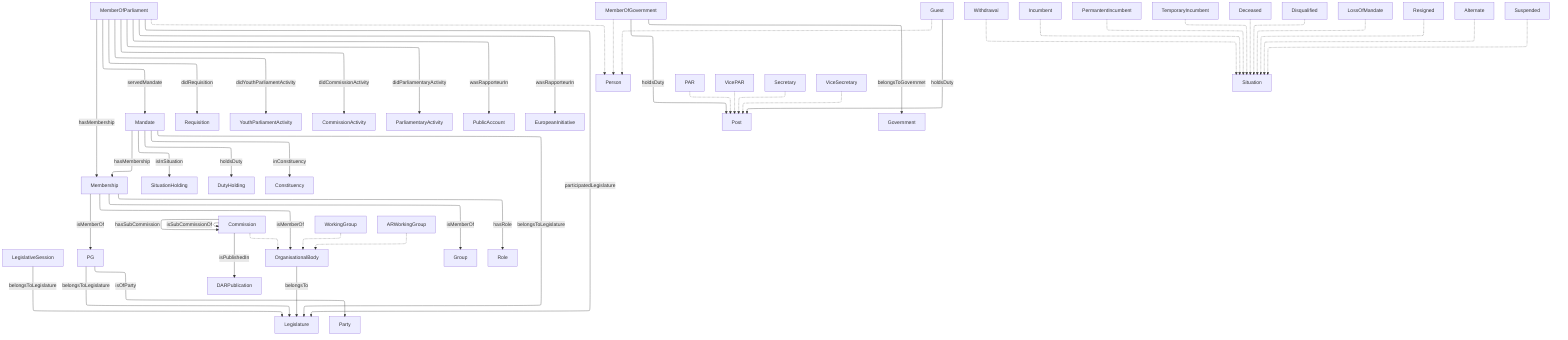
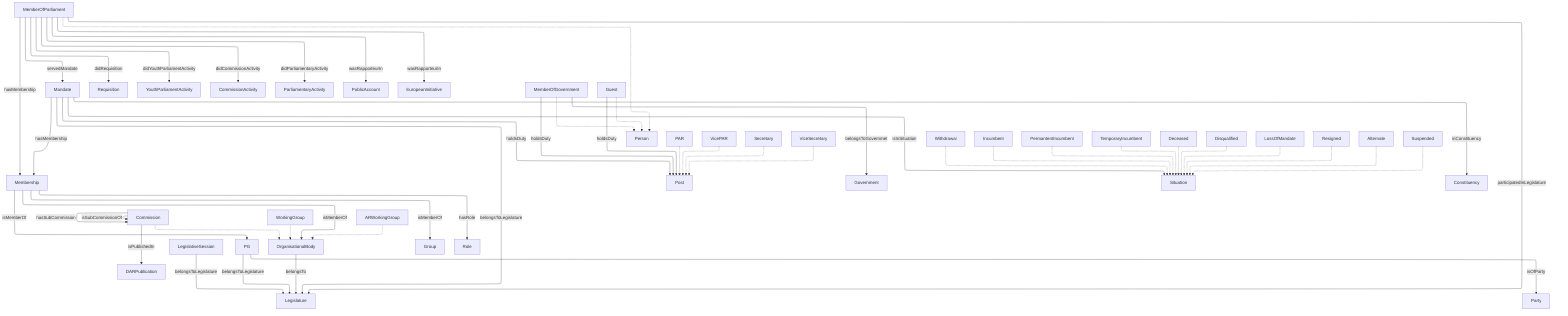
---
config:
  layout: elk
---
flowchart TB
    LS["LegislativeSession"] -- belongsToLegislature --> Leg["Legislature"]
    PG -- isOfParty --> Party
    PG -- belongsToLegislature --> Leg

    MP["MemberOfParliament"] -.-> Person
    MP -- servedMandate --> Mandate
-     MP -- participatedLegislature --> Leg
+     MP -- participatedInLegislature --> Leg
    MP -- didRequisition --> Requisition
    MP -- didYouthParliamentActivity --> YouthParliamentActivity
    MP -- hasMembership --> M["Membership"]
    MP -- didCommissionActivity --> CommissionActivity
    MP -- didParliamentaryActivity --> ParliamentaryActivity
    MP -- wasRapporteurIn --> PublicAccount & EuropeanInitiative


    M -- isMemberOf --> PG
    M -- isMemberOf --> OB["OrganisationalBody"]
    M -- isMemberOf --> Group
    M -- hasRole --> Role

    OB -- belongsTo --> Leg

    C[Commission] -.-> OB
    WG["WorkingGroup"] -.-> OB
    AR-WG["ARWorkingGroup"] -.-> OB

    MG["MemberOfGovernment"] -.-> Person
    MG -- holdsDuty --> Post
    MG -- belongsToGovernmet --> G[Government]


    Guest -.-> Person
    Guest --holdsDuty --> Post


    PAR -.-> Post
    VicePAR -.-> Post
    Secretary -.-> Post
    ViceSecretary -.-> Post

    Mandate -- belongsToLegislature --> Leg
    Mandate -- hasMembership --> M
-     Mandate -- isInSituation --> SituationHolding
-     Mandate -- holdsDuty -->DutyHolding
+     Mandate -- isInSituation --> Situation
+     Mandate -- holdsDuty --> Post
    Mandate -- inConstituency --> Constituency

    C -- isPublishedIn --> DP[DARPublication]
    C -- isSubCommissionOf --> C
    C -- hasSubCommission --> C

    Withdrawal -.-> Situation
    Incumbent -.-> Situation
    PermantentIncumbent -.-> Situation
    TemporaryIncumbent -.-> Situation
    Deceased -.-> Situation
    Disqualified -.-> Situation
    LossOfMandate -.-> Situation
    Resigned -.-> Situation
    Alternate -.-> Situation
    Suspended -.-> Situation
